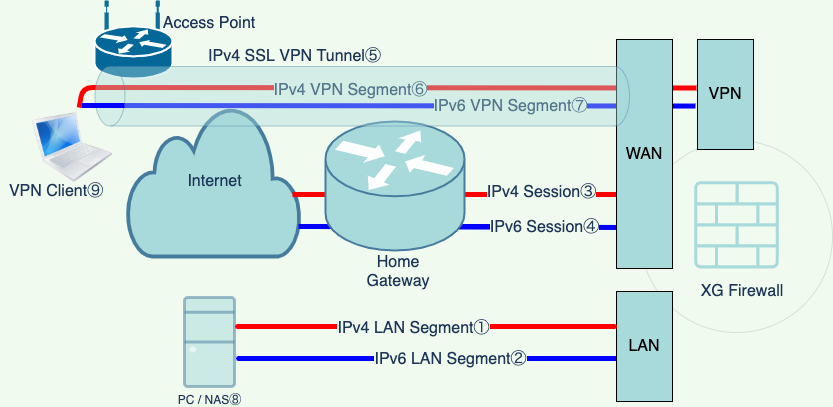
yoshi0808/new-technology keeps this draw.io diagram as source/_posts/ssl-vpn/sslvpn2.drawio.png. Above is the earlier version. Source tidied: cells renumbered, new cells last; positions are measured from the earlier drawing's top-left corner, leaving out a move shared by most shapes. The source it was exported from:
```xml
<mxGraphModel background="#F1FAEE">
  <root>
    <mxCell id="0" />
    <mxCell id="1" parent="0" />
    <mxCell id="2" style="ellipse;whiteSpace=wrap;html=1;fillColor=#F1FAEE;opacity=10;" parent="1" vertex="1">
      <mxGeometry x="640" y="312" width="192" height="192" as="geometry" />
    </mxCell>
    <mxCell id="3" style="endArrow=none;html=1;strokeWidth=5;fillColor=#A8DADC;labelBackgroundColor=#F1FAEE;fontColor=#1D3557;strokeColor=#FF0000;entryX=-0.018;entryY=0.441;entryDx=0;entryDy=0;entryPerimeter=0;" parent="1" edge="1" source="9" target="28">
      <mxGeometry relative="1" as="geometry">
        <Array as="points">
          <mxPoint x="82" y="259" />
        </Array>
      </mxGeometry>
    </mxCell>
    <mxCell id="4" value="IPv4 VPN Segment⑥" style="edgeLabel;html=1;align=center;verticalAlign=middle;labelBackgroundColor=#F1FAEE;fontColor=#1D3557;fontSize=16;" parent="3" vertex="1">
      <mxGeometry x="0.13" relative="1" as="geometry">
        <mxPoint x="-72" y="2" as="offset" />
      </mxGeometry>
    </mxCell>
    <mxCell id="5" style="shape=mxgraph.cisco.routers.wireless_router;html=1;dashed=0;fillColor=#036897;strokeColor=#ffffff;strokeWidth=2;verticalLabelPosition=bottom;verticalAlign=top;align=center;" parent="1" vertex="1">
      <mxGeometry x="94" y="173" width="78" height="77" as="geometry" />
    </mxCell>
    <mxCell id="6" value="Internet" style="html=1;fillColor=#A8DADC;strokeColor=#457B9D;gradientDirection=north;strokeWidth=2;shape=mxgraph.networks.cloud;fontColor=#1D3557;fontSize=16;" parent="1" vertex="1">
      <mxGeometry x="127" y="277" width="173" height="151" as="geometry" />
    </mxCell>
    <mxCell id="7" value="Home Gateway" style="text;html=1;strokeColor=none;fillColor=none;align=center;verticalAlign=middle;whiteSpace=wrap;rounded=0;fontColor=#1D3557;fontSize=16;" parent="1" vertex="1">
      <mxGeometry x="378" y="433" width="40" height="20" as="geometry" />
    </mxCell>
    <mxCell id="8" value="XG Firewall" style="text;html=1;strokeColor=none;fillColor=none;align=center;verticalAlign=middle;whiteSpace=wrap;rounded=0;fontColor=#1D3557;fontSize=16;" parent="1" vertex="1">
      <mxGeometry x="686" y="453" width="112" height="20" as="geometry" />
    </mxCell>
    <mxCell id="9" style="image;html=1;image=img/lib/clip_art/computers/MacBook_128x128.png;labelBackgroundColor=#F1FAEE;fillColor=#A8DADC;strokeColor=#457B9D;fontColor=#1D3557;" parent="1" vertex="1">
      <mxGeometry x="32" y="279" width="80" height="80" as="geometry" />
    </mxCell>
    <mxCell id="10" style="endArrow=none;html=1;strokeWidth=5;fillColor=#A8DADC;labelBackgroundColor=#F1FAEE;fontColor=#1D3557;strokeColor=#0000FF;entryX=-0.036;entryY=0.605;entryDx=0;entryDy=0;entryPerimeter=0;" parent="1" edge="1" target="28">
      <mxGeometry relative="1" as="geometry">
        <mxPoint x="81.5" y="277" as="sourcePoint" />
        <Array as="points">
          <mxPoint x="81.5" y="277" />
        </Array>
      </mxGeometry>
    </mxCell>
    <mxCell id="11" value="IPv6 VPN Segment⑦" style="edgeLabel;html=1;align=center;verticalAlign=middle;labelBackgroundColor=#F1FAEE;fontColor=#1D3557;fontSize=16;" parent="10" vertex="1">
      <mxGeometry x="0.35" y="1" relative="1" as="geometry">
        <mxPoint x="15" y="1" as="offset" />
      </mxGeometry>
    </mxCell>
    <mxCell id="12" value="IPv4 SSL VPN Tunnel⑤" style="text;html=1;align=center;verticalAlign=middle;strokeColor=none;fontColor=#1D3557;fontSize=16;" parent="1" vertex="1">
      <mxGeometry x="203" y="216" width="182" height="23" as="geometry" />
    </mxCell>
    <mxCell id="13" style="endArrow=none;html=1;strokeWidth=5;fillColor=#A8DADC;labelBackgroundColor=#F1FAEE;fontColor=#1D3557;strokeColor=#0000FF;" parent="1" edge="1">
      <mxGeometry relative="1" as="geometry">
        <mxPoint x="298" y="398" as="sourcePoint" />
        <mxPoint x="622" y="399" as="targetPoint" />
        <Array as="points">
          <mxPoint x="505" y="398" />
          <mxPoint x="298" y="398" />
        </Array>
      </mxGeometry>
    </mxCell>
    <mxCell id="14" value="IPv6 Session④" style="edgeLabel;html=1;align=center;verticalAlign=middle;labelBackgroundColor=#F1FAEE;fontColor=#1D3557;fontSize=16;" parent="13" vertex="1">
      <mxGeometry x="0.8" relative="1" as="geometry">
        <mxPoint x="-4" as="offset" />
      </mxGeometry>
    </mxCell>
    <mxCell id="15" style="endArrow=none;html=1;strokeWidth=5;fillColor=#A8DADC;labelBackgroundColor=#F1FAEE;fontColor=#1D3557;strokeColor=#FF0000;" parent="1" edge="1">
      <mxGeometry relative="1" as="geometry">
        <mxPoint x="292" y="366" as="sourcePoint" />
        <mxPoint x="618" y="366" as="targetPoint" />
        <Array as="points">
          <mxPoint x="292" y="366" />
        </Array>
      </mxGeometry>
    </mxCell>
    <mxCell id="16" value="IPv4 Session③" style="edgeLabel;html=1;align=center;verticalAlign=middle;labelBackgroundColor=#F1FAEE;fontColor=#1D3557;fontSize=16;" parent="15" vertex="1">
      <mxGeometry x="0.65" y="-1" relative="1" as="geometry">
        <mxPoint x="-21" y="-4" as="offset" />
      </mxGeometry>
    </mxCell>
    <mxCell id="17" style="shape=mxgraph.cisco.routers.router;html=1;dashed=0;fillColor=#A8DADC;strokeColor=#457B9D;strokeWidth=2;verticalLabelPosition=bottom;verticalAlign=top;align=center;fontColor=#1D3557;" parent="1" vertex="1">
      <mxGeometry x="325" y="293" width="139" height="129" as="geometry" />
    </mxCell>
    <mxCell id="18" style="endArrow=none;html=1;strokeWidth=5;fillColor=#A8DADC;labelBackgroundColor=#F1FAEE;fontColor=#1D3557;strokeColor=#0000FF;" parent="1" edge="1">
      <mxGeometry relative="1" as="geometry">
        <mxPoint x="403" y="530" as="sourcePoint" />
        <mxPoint x="603" y="530" as="targetPoint" />
        <Array as="points">
          <mxPoint x="620" y="530" />
          <mxPoint x="233" y="530" />
        </Array>
      </mxGeometry>
    </mxCell>
    <mxCell id="19" value="IPv6 LAN Segment②" style="edgeLabel;html=1;align=center;verticalAlign=middle;labelBackgroundColor=#F1FAEE;fontColor=#1D3557;fontSize=16;" parent="18" vertex="1">
      <mxGeometry x="0.8" relative="1" as="geometry">
        <mxPoint x="-56" as="offset" />
      </mxGeometry>
    </mxCell>
    <mxCell id="20" value="PC / NAS⑧" style="fontColor=#1D3557;verticalAlign=top;verticalLabelPosition=bottom;labelPosition=center;align=center;html=1;strokeColor=#457B9D;gradientDirection=north;strokeWidth=2;shape=mxgraph.networks.desktop_pc;opacity=50;fillColor=#A8DADC;" parent="1" vertex="1">
      <mxGeometry x="184" y="469" width="50" height="89" as="geometry" />
    </mxCell>
    <mxCell id="21" value="Access Point" style="text;html=1;strokeColor=none;fillColor=none;align=center;verticalAlign=middle;whiteSpace=wrap;rounded=0;fontColor=#1D3557;fontSize=16;" parent="1" vertex="1">
      <mxGeometry x="153" y="185" width="112" height="20" as="geometry" />
    </mxCell>
    <mxCell id="22" style="shadow=0;dashed=0;html=1;strokeColor=none;fillColor=#A8DADC;labelPosition=center;verticalLabelPosition=bottom;verticalAlign=top;align=center;shape=mxgraph.vvd.logical_firewall;fontColor=#1D3557;" parent="1" vertex="1">
      <mxGeometry x="693.6" y="352.6" width="84.7" height="87.3" as="geometry" />
    </mxCell>
    <mxCell id="23" value="VPN Client⑨" style="text;html=1;strokeColor=none;fillColor=none;align=center;verticalAlign=middle;whiteSpace=wrap;rounded=0;fontColor=#1D3557;fontSize=16;" parent="1" vertex="1">
      <mxGeometry y="353" width="112" height="20" as="geometry" />
    </mxCell>
    <mxCell id="24" value="WAN" style="rounded=0;whiteSpace=wrap;html=1;fontSize=16;fillColor=#A8DADC;" parent="1" vertex="1">
      <mxGeometry x="616" y="211" width="56" height="229" as="geometry" />
    </mxCell>
    <mxCell id="25" value="LAN" style="rounded=0;whiteSpace=wrap;html=1;fontSize=16;fillColor=#A8DADC;" parent="1" vertex="1">
      <mxGeometry x="616" y="463" width="56" height="110" as="geometry" />
    </mxCell>
    <mxCell id="26" style="endArrow=none;html=1;strokeWidth=5;fillColor=#A8DADC;labelBackgroundColor=#F1FAEE;fontColor=#1D3557;strokeColor=#FF0000;" parent="1" edge="1">
      <mxGeometry relative="1" as="geometry">
        <mxPoint x="402" y="498" as="sourcePoint" />
        <mxPoint x="602" y="498" as="targetPoint" />
        <Array as="points">
          <mxPoint x="619" y="498" />
          <mxPoint x="232" y="498" />
        </Array>
      </mxGeometry>
    </mxCell>
    <mxCell id="27" value="IPv4 LAN Segment①" style="edgeLabel;html=1;align=center;verticalAlign=middle;labelBackgroundColor=#F1FAEE;fontColor=#1D3557;fontSize=16;" parent="26" vertex="1">
      <mxGeometry x="0.8" relative="1" as="geometry">
        <mxPoint x="-92" y="1" as="offset" />
      </mxGeometry>
    </mxCell>
    <mxCell id="28" value="VPN" style="rounded=0;whiteSpace=wrap;html=1;fontSize=16;fillColor=#A8DADC;" parent="1" vertex="1">
      <mxGeometry x="697" y="211" width="56" height="110" as="geometry" />
    </mxCell>
    <mxCell id="29" style="shape=cylinder3;whiteSpace=wrap;html=1;boundedLbl=1;backgroundOutline=1;size=15;rotation=-90;opacity=40;strokeColor=#457B9D;fillColor=#A8DADC;fontColor=#1D3557;" parent="1" vertex="1">
      <mxGeometry x="332" y="0.5" width="59.5" height="534.5" as="geometry" />
    </mxCell>
    <mxCell id="30" style="endArrow=none;html=1;strokeWidth=5;fillColor=#A8DADC;labelBackgroundColor=#F1FAEE;fontColor=#1D3557;strokeColor=#0000FF;" parent="1" edge="1">
      <mxGeometry relative="1" as="geometry">
        <mxPoint x="82" y="277" as="sourcePoint" />
        <mxPoint x="124" y="277" as="targetPoint" />
        <Array as="points">
          <mxPoint x="82" y="277" />
        </Array>
      </mxGeometry>
    </mxCell>
  </root>
</mxGraphModel>
```
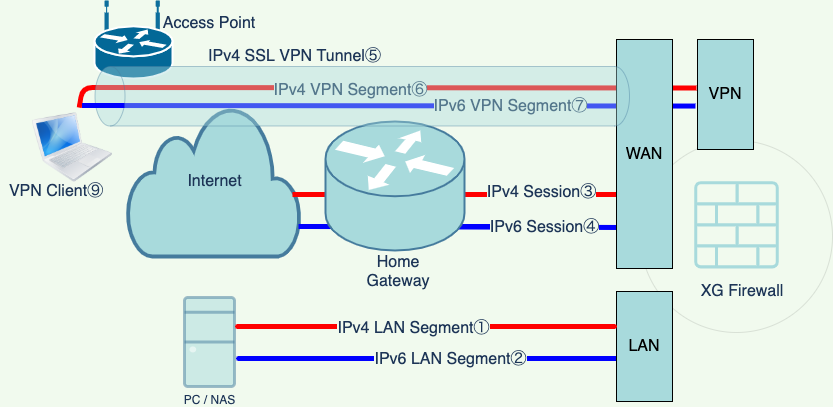
Above is the later version.

Diff of the diagram source:
```diff
@@ -95,7 +95,7 @@
         <mxPoint x="-56" as="offset" />
       </mxGeometry>
     </mxCell>
-    <mxCell id="20" value="PC / NAS⑧" style="fontColor=#1D3557;verticalAlign=top;verticalLabelPosition=bottom;labelPosition=center;align=center;html=1;strokeColor=#457B9D;gradientDirection=north;strokeWidth=2;shape=mxgraph.networks.desktop_pc;opacity=50;fillColor=#A8DADC;" parent="1" vertex="1">
+    <mxCell id="20" value="PC / NAS" style="fontColor=#1D3557;verticalAlign=top;verticalLabelPosition=bottom;labelPosition=center;align=center;html=1;strokeColor=#457B9D;gradientDirection=north;strokeWidth=2;shape=mxgraph.networks.desktop_pc;opacity=50;fillColor=#A8DADC;" parent="1" vertex="1">
       <mxGeometry x="184" y="469" width="50" height="89" as="geometry" />
     </mxCell>
     <mxCell id="21" value="Access Point" style="text;html=1;strokeColor=none;fillColor=none;align=center;verticalAlign=middle;whiteSpace=wrap;rounded=0;fontColor=#1D3557;fontSize=16;" parent="1" vertex="1">
```
